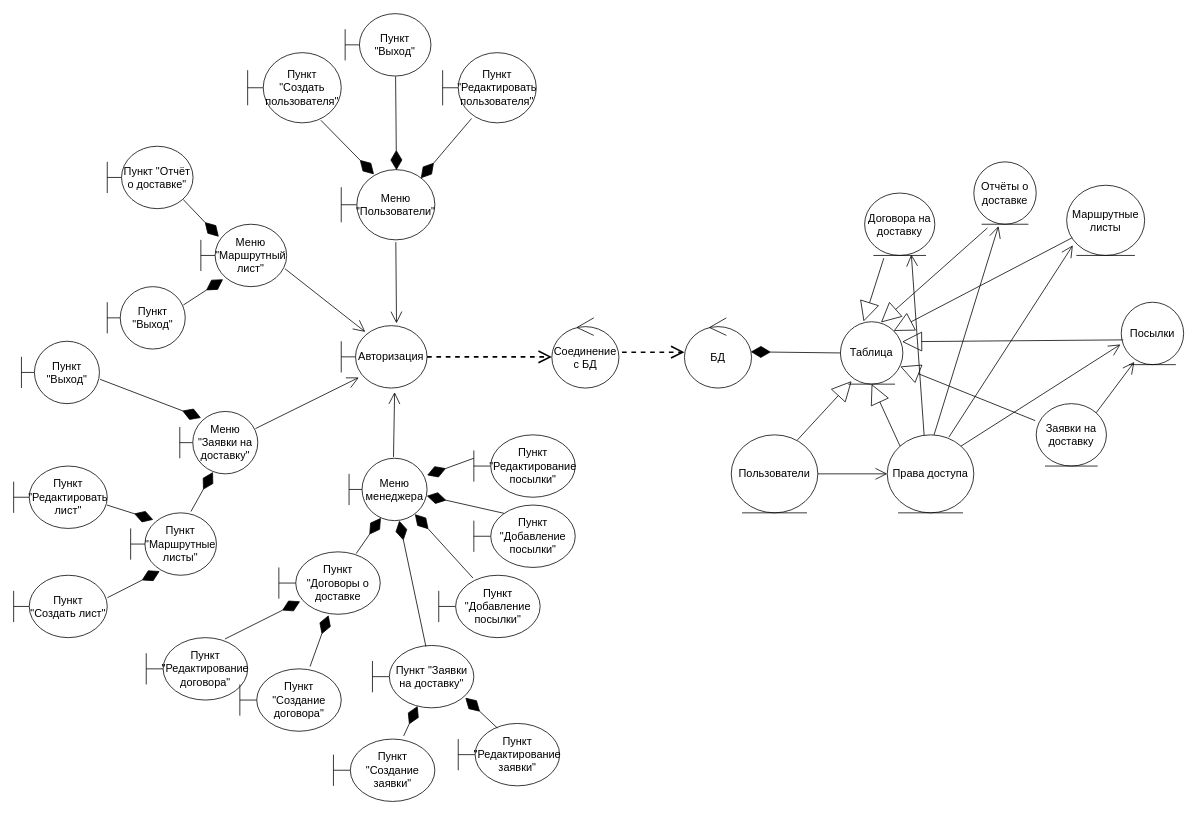
This is Курсач/Draw io/Диаграмма классов анализа.drawio from JolyBin/-Study, a draw.io file, before an edit. Source tidied: cells renumbered, new cells numbered last; positions are measured from the earlier drawing's top-left corner, leaving out a move shared by most shapes. Both pictures are drawn from the tidied source at 78%, with x=0, y=0 at pixel (13, 13).
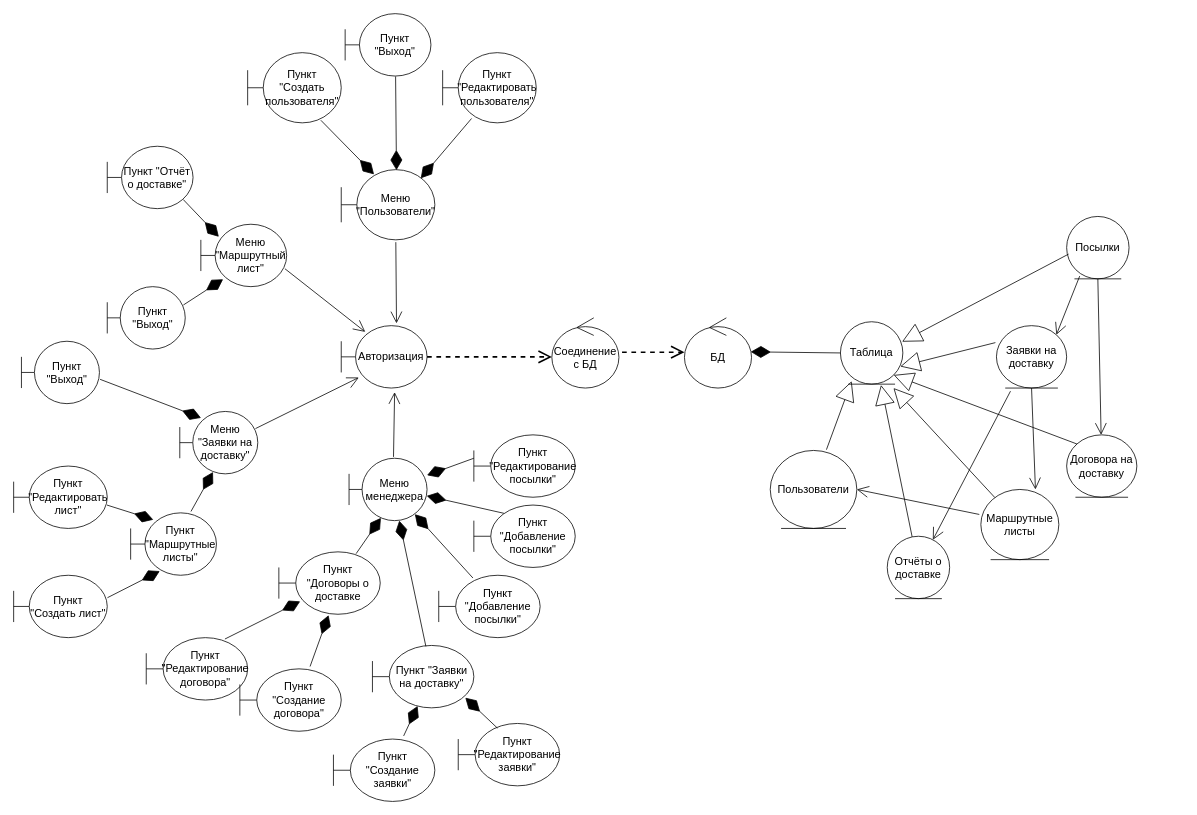
The same page after the edit.

Unchanged cells that the change refers to:
```xml
<mxCell id="51" value="Таблица" style="ellipse;shape=umlEntity;whiteSpace=wrap;html=1;fontSize=14;" parent="1" vertex="1">
  <mxGeometry x="1060" y="395" width="80" height="80" as="geometry" />
</mxCell>
```

What changed in the source:
```diff
@@
-    <mxCell id="53" style="edgeStyle=orthogonalEdgeStyle;rounded=0;jettySize=auto;html=1;entryX=0;entryY=0.5;entryDx=0;entryDy=0;endArrow=open;endFill=0;endSize=13;strokeWidth=1;fontSize=14;" parent="1" edge="1" source="54" target="60">
-      <mxGeometry relative="1" as="geometry" />
-    </mxCell>
     <mxCell id="54" value="Пользователи" style="ellipse;shape=umlEntity;whiteSpace=wrap;html=1;fontSize=14;" parent="1" vertex="1">
-      <mxGeometry x="920" y="540" width="111" height="100" as="geometry" />
+      <mxGeometry x="970" y="560" width="111" height="100" as="geometry" />
     </mxCell>
     <mxCell id="55" value="Посылки" style="ellipse;shape=umlEntity;whiteSpace=wrap;html=1;fontSize=14;" parent="1" vertex="1">
-      <mxGeometry x="1420" y="370" width="80" height="80" as="geometry" />
+      <mxGeometry x="1350" y="260" width="80" height="80" as="geometry" />
     </mxCell>
     <mxCell id="56" value="Маршрутные листы" style="ellipse;shape=umlEntity;whiteSpace=wrap;html=1;fontSize=14;" parent="1" vertex="1">
-      <mxGeometry x="1350" y="220" width="100" height="90" as="geometry" />
+      <mxGeometry x="1240" y="610" width="100" height="90" as="geometry" />
     </mxCell>
     <mxCell id="57" value="Отчёты о доставке" style="ellipse;shape=umlEntity;whiteSpace=wrap;html=1;fontSize=14;" parent="1" vertex="1">
-      <mxGeometry x="1231" y="190" width="80" height="80" as="geometry" />
+      <mxGeometry x="1120" y="670" width="80" height="80" as="geometry" />
     </mxCell>
     <mxCell id="58" value="Договора на доставку" style="ellipse;shape=umlEntity;whiteSpace=wrap;html=1;fontSize=14;" parent="1" vertex="1">
-      <mxGeometry x="1091" y="230" width="90" height="80" as="geometry" />
+      <mxGeometry x="1350" y="540" width="90" height="80" as="geometry" />
     </mxCell>
     <mxCell id="59" value="Заявки на доставку" style="ellipse;shape=umlEntity;whiteSpace=wrap;html=1;fontSize=14;" parent="1" vertex="1">
-      <mxGeometry x="1311" y="500" width="90" height="80" as="geometry" />
+      <mxGeometry x="1260" y="400" width="90" height="80" as="geometry" />
     </mxCell>
-    <mxCell id="60" value="Права доступа" style="ellipse;shape=umlEntity;whiteSpace=wrap;html=1;fontSize=14;" parent="1" vertex="1">
-      <mxGeometry x="1120" y="540" width="111" height="100" as="geometry" />
-    </mxCell>
-    <mxCell id="61" style="endArrow=block;html=1;exitX=0.765;exitY=0.065;exitDx=0;exitDy=0;endFill=0;endSize=23;fontSize=14;entryX=0.179;entryY=0.952;entryDx=0;entryDy=0;exitPerimeter=0;entryPerimeter=0;" parent="1" edge="1" source="54" target="51">
+    <mxCell id="61" style="endArrow=block;html=1;exitX=0.649;exitY=-0.01;exitDx=0;exitDy=0;endFill=0;endSize=23;fontSize=14;entryX=0.179;entryY=0.952;entryDx=0;entryDy=0;exitPerimeter=0;entryPerimeter=0;" parent="1" edge="1" source="54" target="51">
       <mxGeometry relative="1" as="geometry" />
     </mxCell>
-    <mxCell id="62" style="endArrow=open;html=1;strokeWidth=1;fontSize=14;entryX=-0.012;entryY=0.676;entryDx=0;entryDy=0;entryPerimeter=0;endSize=13;endFill=0;exitX=1;exitY=0;exitDx=0;exitDy=0;" parent="1" edge="1" source="60" target="55">
-      <mxGeometry relative="1" as="geometry" />
-    </mxCell>
-    <mxCell id="63" style="endArrow=open;html=1;strokeWidth=1;fontSize=14;entryX=0.209;entryY=0.956;entryDx=0;entryDy=0;entryPerimeter=0;exitX=1;exitY=0;exitDx=0;exitDy=0;endSize=13;endFill=0;" parent="1" edge="1" source="59" target="55">
+    <mxCell id="63" style="endArrow=none;html=1;strokeWidth=1;fontSize=14;entryX=0.209;entryY=0.956;entryDx=0;entryDy=0;entryPerimeter=0;exitX=1;exitY=0;exitDx=0;exitDy=0;endSize=13;endFill=0;startArrow=open;startFill=0;targetPerimeterSpacing=0;startSize=13;" parent="1" edge="1" source="59" target="55">
       <mxGeometry relative="1" as="geometry" />
     </mxCell>
-    <mxCell id="64" style="endArrow=open;html=1;strokeWidth=1;fontSize=14;entryX=0.079;entryY=0.856;entryDx=0;entryDy=0;entryPerimeter=0;exitX=0.712;exitY=0.029;exitDx=0;exitDy=0;endSize=13;endFill=0;exitPerimeter=0;" parent="1" edge="1" source="60" target="56">
-      <mxGeometry relative="1" as="geometry" />
-    </mxCell>
-    <mxCell id="65" style="endArrow=open;html=1;strokeWidth=1;fontSize=14;entryX=0.395;entryY=1.029;entryDx=0;entryDy=0;entryPerimeter=0;endSize=13;endFill=0;" parent="1" edge="1" target="57">
-      <mxGeometry relative="1" as="geometry">
-        <mxPoint x="1180" y="540" as="sourcePoint" />
-      </mxGeometry>
-    </mxCell>
-    <mxCell id="66" style="endArrow=open;html=1;strokeWidth=1;fontSize=14;entryX=0.665;entryY=0.985;entryDx=0;entryDy=0;entryPerimeter=0;exitX=0.426;exitY=0.006;exitDx=0;exitDy=0;endSize=13;endFill=0;exitPerimeter=0;" parent="1" edge="1" source="60" target="58">
-      <mxGeometry relative="1" as="geometry" />
-    </mxCell>
-    <mxCell id="67" style="endArrow=block;html=1;exitX=0;exitY=0;exitDx=0;exitDy=0;endFill=0;endSize=23;fontSize=14;entryX=0.5;entryY=1;entryDx=0;entryDy=0;" parent="1" edge="1" source="60" target="51">
-      <mxGeometry relative="1" as="geometry" />
-    </mxCell>
@@
-    <mxCell id="70" style="endArrow=block;html=1;endFill=0;endSize=23;fontSize=14;entryX=1;entryY=0;entryDx=0;entryDy=0;" parent="1" edge="1" source="56" target="51">
-      <mxGeometry relative="1" as="geometry" />
+    <mxCell id="70" style="endArrow=block;html=1;endFill=0;endSize=23;fontSize=14;" parent="1" edge="1" source="56">
+      <mxGeometry relative="1" as="geometry">
+        <mxPoint x="1128" y="480" as="targetPoint" />
+      </mxGeometry>
     </mxCell>
-    <mxCell id="71" style="endArrow=block;html=1;endFill=0;endSize=23;fontSize=14;entryX=0.65;entryY=0.011;entryDx=0;entryDy=0;entryPerimeter=0;exitX=0.218;exitY=1.059;exitDx=0;exitDy=0;exitPerimeter=0;" parent="1" edge="1" source="57" target="51">
+    <mxCell id="71" style="endArrow=block;html=1;endFill=0;endSize=23;fontSize=14;entryX=0.65;entryY=1.013;entryDx=0;entryDy=0;entryPerimeter=0;" parent="1" edge="1" source="57" target="51">
       <mxGeometry relative="1" as="geometry" />
     </mxCell>
-    <mxCell id="72" style="endArrow=block;html=1;endFill=0;endSize=23;fontSize=14;entryX=0.371;entryY=-0.004;entryDx=0;entryDy=0;entryPerimeter=0;exitX=0.273;exitY=1.044;exitDx=0;exitDy=0;exitPerimeter=0;" parent="1" edge="1" source="58" target="51">
+    <mxCell id="72" style="endArrow=block;html=1;endFill=0;endSize=23;fontSize=14;entryX=1;entryY=1;entryDx=0;entryDy=0;exitX=0;exitY=0;exitDx=0;exitDy=0;" parent="1" edge="1" source="58" target="51">
       <mxGeometry relative="1" as="geometry" />
     </mxCell>
+    <mxCell id="73" style="endArrow=none;html=1;strokeWidth=1;fontSize=14;entryX=0.5;entryY=1;entryDx=0;entryDy=0;endSize=13;endFill=0;startArrow=open;startFill=0;targetPerimeterSpacing=0;startSize=13;" parent="1" edge="1" source="58" target="55">
+      <mxGeometry relative="1" as="geometry" />
+    </mxCell>
+    <mxCell id="74" style="endArrow=none;html=1;strokeWidth=1;fontSize=14;entryX=0.5;entryY=1;entryDx=0;entryDy=0;endSize=13;endFill=0;startArrow=open;startFill=0;targetPerimeterSpacing=0;startSize=13;exitX=0.7;exitY=0;exitDx=0;exitDy=0;exitPerimeter=0;" parent="1" edge="1" source="56" target="59">
+      <mxGeometry relative="1" as="geometry" />
+    </mxCell>
+    <mxCell id="75" style="endArrow=none;html=1;strokeWidth=1;fontSize=14;entryX=-0.02;entryY=0.356;entryDx=0;entryDy=0;endSize=13;endFill=0;startArrow=open;startFill=0;targetPerimeterSpacing=0;startSize=13;exitX=1;exitY=0.5;exitDx=0;exitDy=0;entryPerimeter=0;" parent="1" edge="1" source="54" target="56">
+      <mxGeometry relative="1" as="geometry" />
+    </mxCell>
+    <mxCell id="76" style="endArrow=none;html=1;strokeWidth=1;fontSize=14;endSize=13;endFill=0;startArrow=open;startFill=0;targetPerimeterSpacing=0;startSize=13;entryX=0.2;entryY=1.05;entryDx=0;entryDy=0;entryPerimeter=0;" parent="1" edge="1" source="57" target="59">
+      <mxGeometry relative="1" as="geometry" />
+    </mxCell>
```
